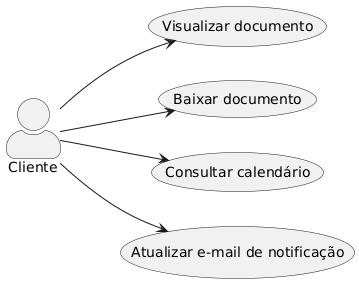
This is diagrams/cliente.png from edsonpolucena/CatolicaSC-Porfolio, a PlantUML export, as it was before one commit.
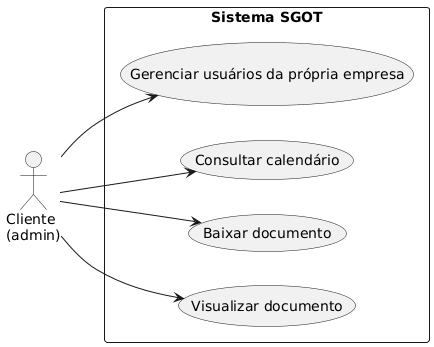
Later version of the same file.

Diff of the diagram source:
```diff
@@ -1,16 +1,17 @@
 @startuml
 left to right direction
-skinparam actorStyle awesome
 
-actor Cliente
+actor "Cliente\n(admin)" as Cliente
 
-usecase UC_Visualizar  as "Visualizar documento"
-usecase UC_Baixar      as "Baixar documento"
-usecase UC_Consultar   as "Consultar calendário"
-usecase UC_Atualizar   as "Atualizar e-mail de notificação"
+rectangle "Sistema SGOT" {
+  usecase "Visualizar documento" as UC1
+  usecase "Baixar documento" as UC2
+  usecase "Consultar calendário" as UC3
+  usecase "Gerenciar usuários da própria empresa" as UC5
+}
 
-Cliente --> UC_Visualizar
-Cliente --> UC_Baixar
-Cliente --> UC_Consultar
-Cliente --> UC_Atualizar
+Cliente --> UC1
+Cliente --> UC2
+Cliente --> UC3
+Cliente --> UC5
 @enduml
```
